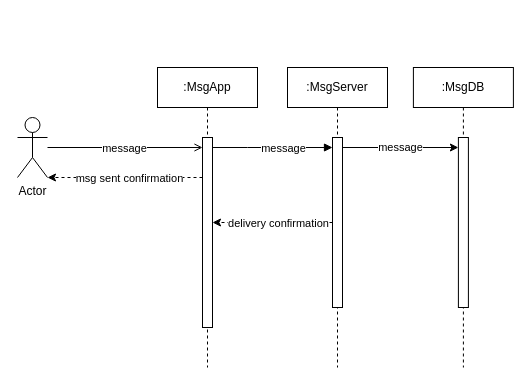
amirabdullahi1/gold keeps this draw.io diagram as SENG 321/MessagingSeqDiagram.drawio. Above is the earlier version. Source tidied: cells renumbered, new cells numbered last; positions are measured from the earlier drawing's top-left corner, leaving out a move shared by most shapes. Both pictures are drawn from the tidied source at 100%, with x=0, y=0 at pixel (17, 67).
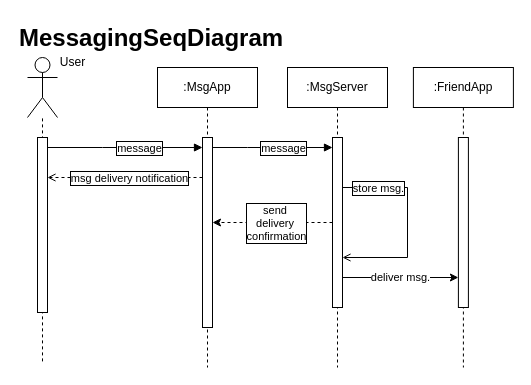
The same page after the edit.

The change refers to these unchanged cells:
```xml
<mxCell id="3" style="html=1;points=[];perimeter=orthogonalPerimeter;outlineConnect=0;targetShapes=umlLifeline;portConstraint=eastwest;newEdgeStyle={&quot;edgeStyle&quot;:&quot;elbowEdgeStyle&quot;,&quot;elbow&quot;:&quot;vertical&quot;,&quot;curved&quot;:0,&quot;rounded&quot;:0};" parent="2" vertex="1">
  <mxGeometry x="45" y="70" width="10" height="190" as="geometry" />
</mxCell>
<mxCell id="4" value=":MsgServer" style="shape=umlLifeline;perimeter=lifelinePerimeter;whiteSpace=wrap;html=1;newEdgeStyle={&quot;edgeStyle&quot;:&quot;elbowEdgeStyle&quot;,&quot;elbow&quot;:&quot;vertical&quot;,&quot;curved&quot;:0,&quot;rounded&quot;:0};" parent="1" vertex="1">
  <mxGeometry x="270" width="100" height="300" as="geometry" />
</mxCell>
<mxCell id="5" style="html=1;points=[];perimeter=orthogonalPerimeter;outlineConnect=0;targetShapes=umlLifeline;portConstraint=eastwest;newEdgeStyle={&quot;edgeStyle&quot;:&quot;elbowEdgeStyle&quot;,&quot;elbow&quot;:&quot;vertical&quot;,&quot;curved&quot;:0,&quot;rounded&quot;:0};" parent="4" vertex="1">
  <mxGeometry x="45" y="70" width="10" height="170" as="geometry" />
</mxCell>
<mxCell id="6" style="html=1;verticalAlign=bottom;endArrow=block;edgeStyle=elbowEdgeStyle;elbow=vertical;curved=0;rounded=0;" parent="1" edge="1" source="3" target="5">
  <mxGeometry relative="1" as="geometry">
    <Array as="points">
      <mxPoint x="230" y="80" />
    </Array>
  </mxGeometry>
</mxCell>
<mxCell id="12" style="html=1;points=[];perimeter=orthogonalPerimeter;outlineConnect=0;targetShapes=umlLifeline;portConstraint=eastwest;newEdgeStyle={&quot;edgeStyle&quot;:&quot;elbowEdgeStyle&quot;,&quot;elbow&quot;:&quot;vertical&quot;,&quot;curved&quot;:0,&quot;rounded&quot;:0};" parent="11" vertex="1">
  <mxGeometry x="45" y="70" width="10" height="170" as="geometry" />
</mxCell>
<mxCell id="14" style="edgeStyle=elbowEdgeStyle;rounded=0;jettySize=auto;html=1;elbow=vertical;curved=0;dashed=1;" parent="1" edge="1" source="5" target="3">
  <mxGeometry relative="1" as="geometry" />
</mxCell>
```

The edit, as a diff of the source:
```diff
@@
+    <mxCell id="18" style="endArrow=none;dashed=1;html=1;rounded=0;" parent="1" edge="1" target="23">
+      <mxGeometry relative="1" as="geometry">
+        <mxPoint x="25" y="293.9" as="sourcePoint" />
+      </mxGeometry>
+    </mxCell>
@@
+    <mxCell id="19" style="edgeStyle=elbowEdgeStyle;rounded=0;orthogonalLoop=1;jettySize=auto;html=1;elbow=vertical;curved=0;endArrow=open;endFill=0;" parent="4" edge="1" source="5" target="5">
+      <mxGeometry relative="1" as="geometry">
+        <Array as="points">
+          <mxPoint x="120" y="120" />
+        </Array>
+      </mxGeometry>
+    </mxCell>
+    <mxCell id="20" value="store msg." style="edgeLabel;html=1;align=center;verticalAlign=middle;labelBorderColor=default;" parent="19" vertex="1">
+      <mxGeometry x="-0.09" y="1" relative="1" as="geometry">
+        <mxPoint x="-31" y="-26" as="offset" />
+      </mxGeometry>
+    </mxCell>
@@
-    <mxCell id="7" value="message" style="edgeLabel;html=1;align=center;verticalAlign=middle;" parent="6" vertex="1">
+    <mxCell id="7" value="message" style="edgeLabel;html=1;align=center;verticalAlign=middle;labelBorderColor=default;" parent="6" vertex="1">
       <mxGeometry x="0.17" relative="1" as="geometry" />
     </mxCell>
-    <mxCell id="8" style="edgeStyle=orthogonalEdgeStyle;rounded=0;jettySize=auto;html=1;endArrow=open;endFill=0;" parent="1" edge="1" source="10" target="3">
-      <mxGeometry relative="1" as="geometry">
-        <Array as="points">
-          <mxPoint x="120" y="80" />
-          <mxPoint x="120" y="80" />
-        </Array>
-      </mxGeometry>
-    </mxCell>
-    <mxCell id="9" value="message" style="edgeLabel;html=1;align=center;verticalAlign=middle;" parent="8" vertex="1">
-      <mxGeometry x="-0.02" relative="1" as="geometry" />
-    </mxCell>
-    <mxCell id="10" value="Actor" style="shape=umlActor;verticalLabelPosition=bottom;verticalAlign=top;html=1;outlineConnect=0;" parent="1" vertex="1">
-      <mxGeometry y="50" width="30" height="60" as="geometry" />
-    </mxCell>
-    <mxCell id="11" value=":MsgDB" style="shape=umlLifeline;perimeter=lifelinePerimeter;whiteSpace=wrap;html=1;newEdgeStyle={&quot;edgeStyle&quot;:&quot;elbowEdgeStyle&quot;,&quot;elbow&quot;:&quot;vertical&quot;,&quot;curved&quot;:0,&quot;rounded&quot;:0};" parent="1" vertex="1">
+    <mxCell id="11" value=":FriendApp" style="shape=umlLifeline;perimeter=lifelinePerimeter;whiteSpace=wrap;html=1;newEdgeStyle={&quot;edgeStyle&quot;:&quot;elbowEdgeStyle&quot;,&quot;elbow&quot;:&quot;vertical&quot;,&quot;curved&quot;:0,&quot;rounded&quot;:0};" parent="1" vertex="1">
       <mxGeometry x="395.9" width="100" height="300" as="geometry" />
     </mxCell>
@@
-    <mxCell id="13" value="message" style="edgeStyle=elbowEdgeStyle;rounded=0;jettySize=auto;html=1;elbow=vertical;curved=0;" parent="1" edge="1" source="5" target="12">
-      <mxGeometry relative="1" as="geometry">
-        <Array as="points">
-          <mxPoint x="383" y="80" />
-        </Array>
-      </mxGeometry>
-    </mxCell>
@@
-    <mxCell id="15" value="delivery confirmation" style="edgeLabel;html=1;align=center;verticalAlign=middle;" parent="14" vertex="1">
+    <mxCell id="15" value="send&amp;nbsp;&lt;div&gt;delivery&amp;nbsp;&lt;/div&gt;&lt;div&gt;confirmation&lt;/div&gt;" style="edgeLabel;html=1;align=center;verticalAlign=middle;labelBorderColor=default;" parent="14" vertex="1">
       <mxGeometry x="-0.22" relative="1" as="geometry">
-        <mxPoint x="-8" as="offset" />
+        <mxPoint x="-10" as="offset" />
       </mxGeometry>
     </mxCell>
-    <mxCell id="16" style="edgeStyle=elbowEdgeStyle;rounded=0;jettySize=auto;html=1;elbow=vertical;curved=0;dashed=1;" parent="1" edge="1" source="3" target="10">
+    <mxCell id="16" style="edgeStyle=elbowEdgeStyle;rounded=0;jettySize=auto;html=1;elbow=vertical;curved=0;dashed=1;endArrow=open;endFill=0;" parent="1" edge="1" source="3" target="24">
       <mxGeometry relative="1" as="geometry">
         <Array as="points">
           <mxPoint x="100" y="110" />
         </Array>
       </mxGeometry>
     </mxCell>
-    <mxCell id="17" value="msg sent confirmation" style="edgeLabel;html=1;align=center;verticalAlign=middle;" parent="16" vertex="1">
+    <mxCell id="17" value="msg delivery notification" style="edgeLabel;html=1;align=center;verticalAlign=middle;labelBorderColor=default;" parent="16" vertex="1">
       <mxGeometry x="-0.16" y="-1" relative="1" as="geometry">
         <mxPoint x="-9" y="1" as="offset" />
       </mxGeometry>
     </mxCell>
+    <mxCell id="21" style="html=1;verticalAlign=bottom;endArrow=block;edgeStyle=elbowEdgeStyle;elbow=vertical;curved=0;rounded=0;" parent="1" edge="1" source="24" target="3">
+      <mxGeometry relative="1" as="geometry">
+        <Array as="points">
+          <mxPoint x="85" y="80" />
+        </Array>
+      </mxGeometry>
+    </mxCell>
+    <mxCell id="22" value="message" style="edgeLabel;html=1;align=center;verticalAlign=middle;labelBorderColor=default;" parent="21" vertex="1">
+      <mxGeometry x="0.17" relative="1" as="geometry" />
+    </mxCell>
+    <mxCell id="23" style="shape=umlActor;verticalLabelPosition=bottom;verticalAlign=top;html=1;outlineConnect=0;" parent="1" vertex="1">
+      <mxGeometry x="10" y="-10" width="30" height="60" as="geometry" />
+    </mxCell>
+    <mxCell id="13" value="deliver msg." style="edgeStyle=elbowEdgeStyle;rounded=0;jettySize=auto;html=1;elbow=vertical;curved=0;" parent="1" edge="1" source="5" target="12">
+      <mxGeometry relative="1" as="geometry">
+        <Array as="points">
+          <mxPoint x="390" y="210" />
+        </Array>
+      </mxGeometry>
+    </mxCell>
+    <mxCell id="24" style="html=1;points=[];perimeter=orthogonalPerimeter;outlineConnect=0;targetShapes=umlLifeline;portConstraint=eastwest;newEdgeStyle={&quot;edgeStyle&quot;:&quot;elbowEdgeStyle&quot;,&quot;elbow&quot;:&quot;vertical&quot;,&quot;curved&quot;:0,&quot;rounded&quot;:0};" parent="1" vertex="1">
+      <mxGeometry x="20" y="70" width="10" height="175" as="geometry" />
+    </mxCell>
+    <mxCell id="25" value="User" style="text;html=1;align=center;verticalAlign=middle;strokeColor=none;fillColor=none;" parent="1" vertex="1">
+      <mxGeometry x="30" y="-20" width="50" height="30" as="geometry" />
+    </mxCell>
+    <mxCell id="26" value="&lt;h1 style=&quot;margin-top: 0px;&quot;&gt;MessagingSeqDiagram&lt;/h1&gt;&lt;p&gt;&lt;br&gt;&lt;/p&gt;" style="text;html=1;whiteSpace=wrap;overflow=hidden;rounded=0;" parent="1" vertex="1">
+      <mxGeometry y="-50" width="380" height="40" as="geometry" />
+    </mxCell>
```
